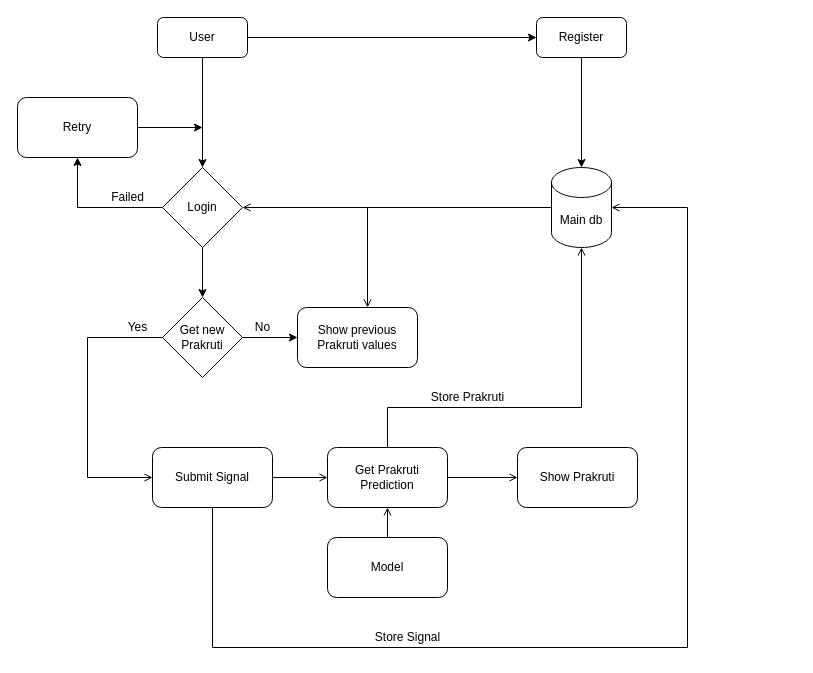
MohitBurkule/nadi keeps this draw.io diagram as page "Architecture" (6 of 8) of nadi.drawio. Above is the earlier version. Source tidied: cells renumbered, new cells numbered last; positions are measured from the earlier drawing's top-left corner, leaving out a move shared by most shapes. Both pictures are drawn from the tidied source at 100%, with x=0, y=0 at pixel (17, 17).
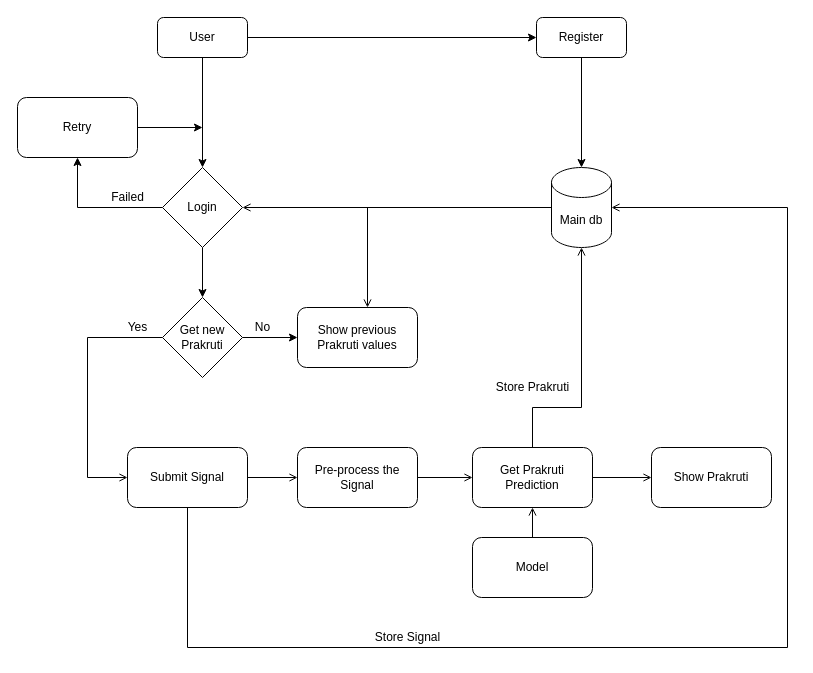
After the change.

The change refers to these unchanged cells:
```xml
<mxCell id="4" value="Main db" style="shape=cylinder3;whiteSpace=wrap;html=1;boundedLbl=1;backgroundOutline=1;size=15;" parent="1" vertex="1">
  <mxGeometry x="534" y="150" width="60" height="80" as="geometry" />
</mxCell>
```

The edit, as a diff of the source:
```diff
@@
-    <mxCell id="13" style="edgeStyle=orthogonalEdgeStyle;rounded=0;jettySize=auto;html=1;exitX=1;exitY=0.5;exitDx=0;exitDy=0;endArrow=open;endFill=0;" parent="1" edge="1" source="15" target="27">
+    <mxCell id="13" style="edgeStyle=orthogonalEdgeStyle;rounded=0;jettySize=auto;html=1;exitX=1;exitY=0.5;exitDx=0;exitDy=0;endArrow=open;endFill=0;" parent="1" edge="1" source="33" target="27">
       <mxGeometry relative="1" as="geometry" />
     </mxCell>
     <mxCell id="14" style="edgeStyle=orthogonalEdgeStyle;rounded=0;jettySize=auto;html=1;exitX=0.5;exitY=1;exitDx=0;exitDy=0;entryX=1;entryY=0.5;entryDx=0;entryDy=0;entryPerimeter=0;endArrow=open;endFill=0;" parent="1" edge="1" source="15" target="4">
       <mxGeometry relative="1" as="geometry">
         <Array as="points">
-          <mxPoint x="195" y="630" />
-          <mxPoint x="670" y="630" />
-          <mxPoint x="670" y="190" />
+          <mxPoint x="170" y="630" />
+          <mxPoint x="770" y="630" />
+          <mxPoint x="770" y="190" />
         </Array>
       </mxGeometry>
     </mxCell>
     <mxCell id="15" value="Submit Signal" style="rounded=1;whiteSpace=wrap;html=1;" parent="1" vertex="1">
-      <mxGeometry x="135" y="430" width="120" height="60" as="geometry" />
+      <mxGeometry x="110" y="430" width="120" height="60" as="geometry" />
     </mxCell>
@@
     <mxCell id="26" style="edgeStyle=orthogonalEdgeStyle;rounded=0;jettySize=auto;html=1;exitX=0.5;exitY=0;exitDx=0;exitDy=0;entryX=0.5;entryY=1;entryDx=0;entryDy=0;entryPerimeter=0;endArrow=open;endFill=0;" parent="1" edge="1" source="27" target="4">
       <mxGeometry relative="1" as="geometry">
         <Array as="points">
-          <mxPoint x="370" y="390" />
+          <mxPoint x="515" y="390" />
           <mxPoint x="564" y="390" />
         </Array>
       </mxGeometry>
     </mxCell>
     <mxCell id="27" value="Get Prakruti Prediction" style="rounded=1;whiteSpace=wrap;html=1;" parent="1" vertex="1">
-      <mxGeometry x="310" y="430" width="120" height="60" as="geometry" />
+      <mxGeometry x="455" y="430" width="120" height="60" as="geometry" />
     </mxCell>
@@
     <mxCell id="29" value="Model" style="rounded=1;whiteSpace=wrap;html=1;" parent="1" vertex="1">
-      <mxGeometry x="310" y="520" width="120" height="60" as="geometry" />
+      <mxGeometry x="455" y="520" width="120" height="60" as="geometry" />
     </mxCell>
     <mxCell id="30" value="Show Prakruti" style="rounded=1;whiteSpace=wrap;html=1;" parent="1" vertex="1">
-      <mxGeometry x="500" y="430" width="120" height="60" as="geometry" />
+      <mxGeometry x="634" y="430" width="120" height="60" as="geometry" />
     </mxCell>
@@
     <mxCell id="32" value="Store Prakruti" style="text;html=1;align=center;verticalAlign=middle;" parent="1" vertex="1">
-      <mxGeometry x="405" y="370" width="90" height="20" as="geometry" />
+      <mxGeometry x="470" y="360" width="90" height="20" as="geometry" />
     </mxCell>
+    <mxCell id="33" value="Pre-process the Signal" style="rounded=1;whiteSpace=wrap;html=1;" parent="1" vertex="1">
+      <mxGeometry x="280" y="430" width="120" height="60" as="geometry" />
+    </mxCell>
+    <mxCell id="34" style="edgeStyle=orthogonalEdgeStyle;rounded=0;jettySize=auto;html=1;exitX=1;exitY=0.5;exitDx=0;exitDy=0;endArrow=open;endFill=0;entryX=0;entryY=0.5;entryDx=0;entryDy=0;" parent="1" edge="1" source="15" target="33">
+      <mxGeometry relative="1" as="geometry" />
+    </mxCell>
```
